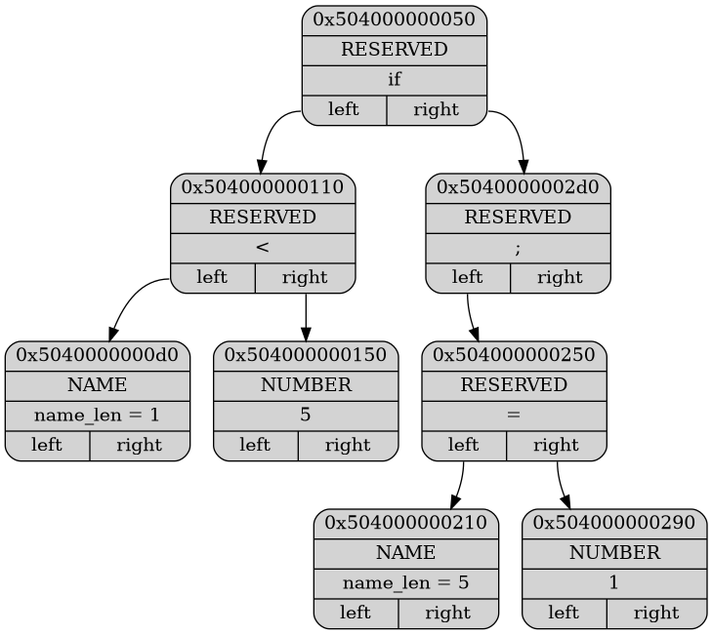
ashqqy/Language keeps this Graphviz diagram as Dump/dump.png. Above is the earlier version. Its source is kept beside it as Dump/dump.dot.
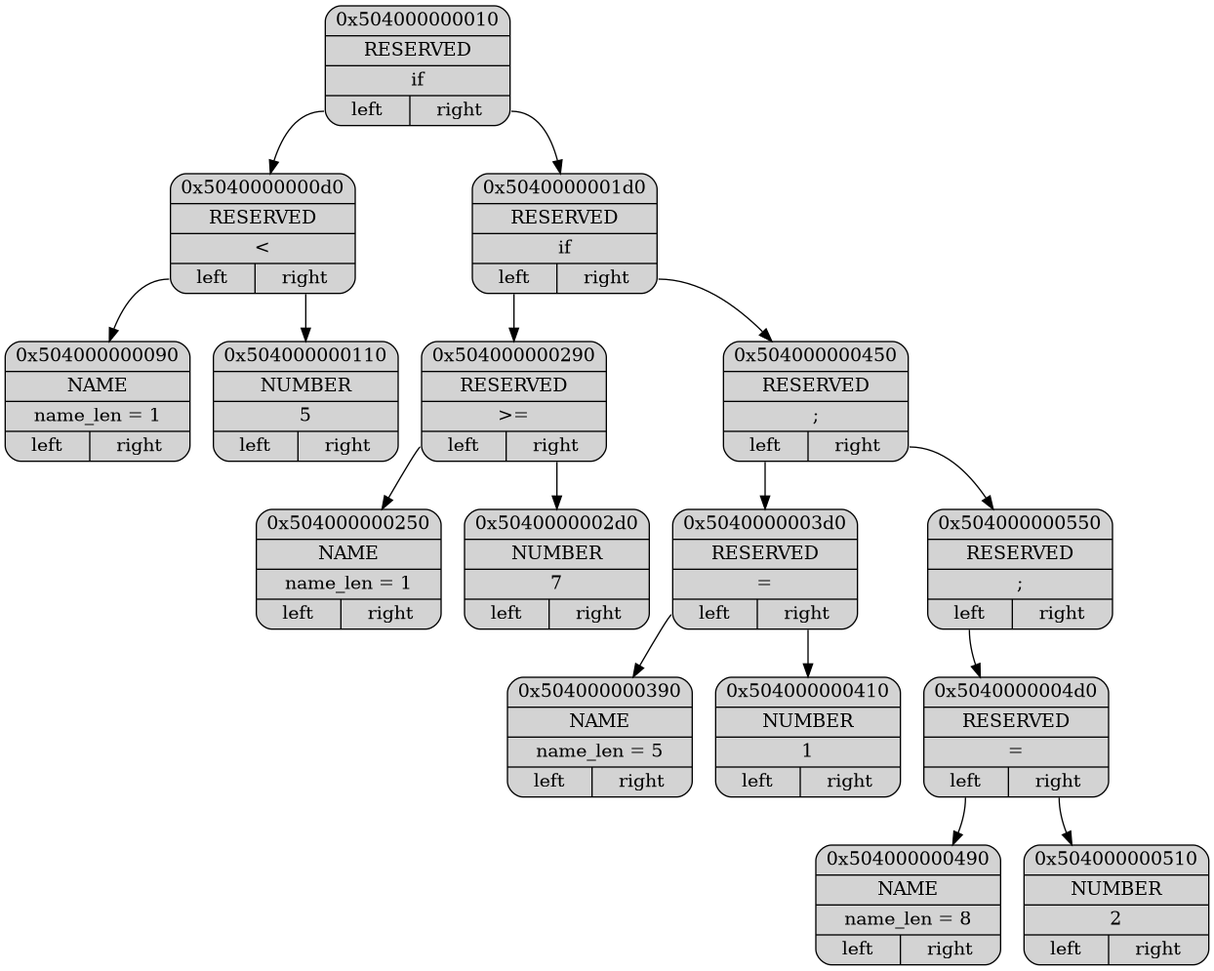
After the commit.

What changed in the source:
```diff
@@ -2,20 +2,36 @@
 {
 node[shape="record", style="rounded, filled"];
 
-p0x504000000050[label = "{ <ptr> 0x504000000050 | <type> RESERVED | <data> \if | { <l>left|<r>right } }"];
-p0x504000000110[label = "{ <ptr> 0x504000000110 | <type> RESERVED | <data> \< | { <l>left|<r>right } }"];
-p0x5040000000d0[label = "{ <ptr> 0x5040000000d0 | <type> NAME | <data> name_len = 1 | { <l>left|<r>right } }"];
-p0x504000000150[label = "{ <ptr> 0x504000000150 | <type> NUMBER | <data> 5 | { <l>left|<r>right } }"];
-p0x5040000002d0[label = "{ <ptr> 0x5040000002d0 | <type> RESERVED | <data> \; | { <l>left|<r>right } }"];
-p0x504000000250[label = "{ <ptr> 0x504000000250 | <type> RESERVED | <data> \= | { <l>left|<r>right } }"];
-p0x504000000210[label = "{ <ptr> 0x504000000210 | <type> NAME | <data> name_len = 5 | { <l>left|<r>right } }"];
-p0x504000000290[label = "{ <ptr> 0x504000000290 | <type> NUMBER | <data> 1 | { <l>left|<r>right } }"];
+p0x504000000010[label = "{ <ptr> 0x504000000010 | <type> RESERVED | <data> \if | { <l>left|<r>right } }"];
+p0x5040000000d0[label = "{ <ptr> 0x5040000000d0 | <type> RESERVED | <data> \< | { <l>left|<r>right } }"];
+p0x504000000090[label = "{ <ptr> 0x504000000090 | <type> NAME | <data> name_len = 1 | { <l>left|<r>right } }"];
+p0x504000000110[label = "{ <ptr> 0x504000000110 | <type> NUMBER | <data> 5 | { <l>left|<r>right } }"];
+p0x5040000001d0[label = "{ <ptr> 0x5040000001d0 | <type> RESERVED | <data> \if | { <l>left|<r>right } }"];
+p0x504000000290[label = "{ <ptr> 0x504000000290 | <type> RESERVED | <data> \>= | { <l>left|<r>right } }"];
+p0x504000000250[label = "{ <ptr> 0x504000000250 | <type> NAME | <data> name_len = 1 | { <l>left|<r>right } }"];
+p0x5040000002d0[label = "{ <ptr> 0x5040000002d0 | <type> NUMBER | <data> 7 | { <l>left|<r>right } }"];
+p0x504000000450[label = "{ <ptr> 0x504000000450 | <type> RESERVED | <data> \; | { <l>left|<r>right } }"];
+p0x5040000003d0[label = "{ <ptr> 0x5040000003d0 | <type> RESERVED | <data> \= | { <l>left|<r>right } }"];
+p0x504000000390[label = "{ <ptr> 0x504000000390 | <type> NAME | <data> name_len = 5 | { <l>left|<r>right } }"];
+p0x504000000410[label = "{ <ptr> 0x504000000410 | <type> NUMBER | <data> 1 | { <l>left|<r>right } }"];
+p0x504000000550[label = "{ <ptr> 0x504000000550 | <type> RESERVED | <data> \; | { <l>left|<r>right } }"];
+p0x5040000004d0[label = "{ <ptr> 0x5040000004d0 | <type> RESERVED | <data> \= | { <l>left|<r>right } }"];
+p0x504000000490[label = "{ <ptr> 0x504000000490 | <type> NAME | <data> name_len = 8 | { <l>left|<r>right } }"];
+p0x504000000510[label = "{ <ptr> 0x504000000510 | <type> NUMBER | <data> 2 | { <l>left|<r>right } }"];
 
-p0x504000000050:<l> -> p0x504000000110
-p0x504000000110:<l> -> p0x5040000000d0
-p0x504000000110:<r> -> p0x504000000150
-p0x504000000050:<r> -> p0x5040000002d0
-p0x5040000002d0:<l> -> p0x504000000250
-p0x504000000250:<l> -> p0x504000000210
-p0x504000000250:<r> -> p0x504000000290
+p0x504000000010:<l> -> p0x5040000000d0
+p0x5040000000d0:<l> -> p0x504000000090
+p0x5040000000d0:<r> -> p0x504000000110
+p0x504000000010:<r> -> p0x5040000001d0
+p0x5040000001d0:<l> -> p0x504000000290
+p0x504000000290:<l> -> p0x504000000250
+p0x504000000290:<r> -> p0x5040000002d0
+p0x5040000001d0:<r> -> p0x504000000450
+p0x504000000450:<l> -> p0x5040000003d0
+p0x5040000003d0:<l> -> p0x504000000390
+p0x5040000003d0:<r> -> p0x504000000410
+p0x504000000450:<r> -> p0x504000000550
+p0x504000000550:<l> -> p0x5040000004d0
+p0x5040000004d0:<l> -> p0x504000000490
+p0x5040000004d0:<r> -> p0x504000000510
 }
```
